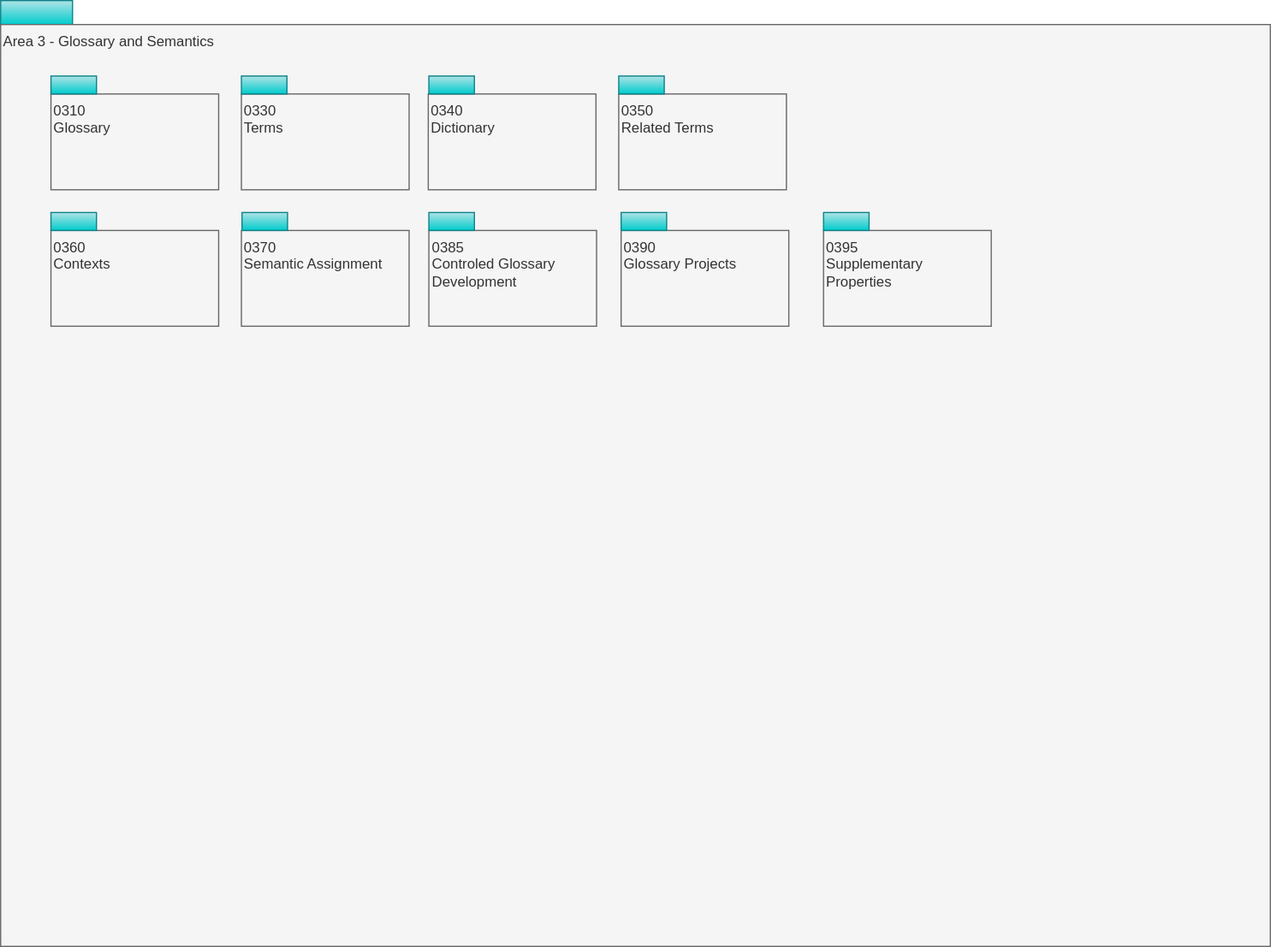
Earlier version of the draw.io export site/docs/types/3/area-3-glossary-overview.svg (odpi/egeria-docs). Source tidied: cells renumbered, new cells last; positions are measured from the earlier drawing's top-left corner, leaving out a move shared by most shapes. The source it was exported from:
```xml
<mxGraphModel>
  <root>
    <mxCell id="0" />
    <mxCell id="1" parent="0" />
    <mxCell id="2" style="rounded=0;whiteSpace=wrap;html=1;align=left;fillColor=#b0e3e6;strokeColor=#0e8088;gradientColor=#00CCCC;" parent="1" vertex="1">
      <mxGeometry width="60" height="20" as="geometry" />
    </mxCell>
    <mxCell id="3" value="Area 3 - Glossary and Semantics" style="rounded=0;whiteSpace=wrap;html=1;align=left;verticalAlign=top;fillColor=#f5f5f5;fontColor=#333333;strokeColor=#666666;" parent="1" vertex="1">
      <mxGeometry y="20" width="1060" height="770" as="geometry" />
    </mxCell>
    <mxCell id="4" value="0310&lt;br&gt;Glossary" style="rounded=0;whiteSpace=wrap;html=1;align=left;verticalAlign=top;fillColor=#f5f5f5;fontColor=#333333;strokeColor=#666666;" parent="1" vertex="1">
      <mxGeometry x="42" y="78" width="140" height="80" as="geometry" />
    </mxCell>
    <mxCell id="5" value="0330&lt;br&gt;Terms" style="rounded=0;whiteSpace=wrap;html=1;align=left;verticalAlign=top;fillColor=#f5f5f5;fontColor=#333333;strokeColor=#666666;" parent="1" vertex="1">
      <mxGeometry x="201" y="78" width="140" height="80" as="geometry" />
    </mxCell>
    <mxCell id="6" value="0360&lt;br&gt;Contexts" style="rounded=0;whiteSpace=wrap;html=1;align=left;verticalAlign=top;fillColor=#f5f5f5;fontColor=#333333;strokeColor=#666666;" parent="1" vertex="1">
      <mxGeometry x="42" y="192" width="140" height="80" as="geometry" />
    </mxCell>
    <mxCell id="7" value="0370&lt;br&gt;Semantic Assignment" style="rounded=0;whiteSpace=wrap;html=1;align=left;verticalAlign=top;fillColor=#f5f5f5;fontColor=#333333;strokeColor=#666666;" parent="1" vertex="1">
      <mxGeometry x="201" y="192" width="140" height="80" as="geometry" />
    </mxCell>
    <mxCell id="8" value="0385&lt;br&gt;Controled Glossary Development" style="rounded=0;whiteSpace=wrap;html=1;align=left;verticalAlign=top;fillColor=#f5f5f5;fontColor=#333333;strokeColor=#666666;" parent="1" vertex="1">
      <mxGeometry x="357.5" y="192" width="140" height="80" as="geometry" />
    </mxCell>
    <mxCell id="9" value="0340&lt;br&gt;Dictionary" style="rounded=0;whiteSpace=wrap;html=1;align=left;verticalAlign=top;fillColor=#f5f5f5;fontColor=#333333;strokeColor=#666666;" parent="1" vertex="1">
      <mxGeometry x="357" y="78" width="140" height="80" as="geometry" />
    </mxCell>
    <mxCell id="10" value="0350&lt;br&gt;Related Terms" style="rounded=0;whiteSpace=wrap;html=1;align=left;verticalAlign=top;fillColor=#f5f5f5;fontColor=#333333;strokeColor=#666666;" parent="1" vertex="1">
      <mxGeometry x="516" y="78" width="140" height="80" as="geometry" />
    </mxCell>
    <mxCell id="11" style="rounded=0;whiteSpace=wrap;html=1;align=left;fillColor=#b0e3e6;strokeColor=#0e8088;gradientColor=#00CCCC;" parent="1" vertex="1">
      <mxGeometry x="42" y="63" width="38" height="15" as="geometry" />
    </mxCell>
    <mxCell id="12" style="rounded=0;whiteSpace=wrap;html=1;align=left;fillColor=#b0e3e6;strokeColor=#0e8088;gradientColor=#00CCCC;" parent="1" vertex="1">
      <mxGeometry x="357.5" y="177" width="38" height="15" as="geometry" />
    </mxCell>
    <mxCell id="13" style="rounded=0;whiteSpace=wrap;html=1;align=left;fillColor=#b0e3e6;strokeColor=#0e8088;gradientColor=#00CCCC;" parent="1" vertex="1">
      <mxGeometry x="357.5" y="63" width="38" height="15" as="geometry" />
    </mxCell>
    <mxCell id="14" style="rounded=0;whiteSpace=wrap;html=1;align=left;fillColor=#b0e3e6;strokeColor=#0e8088;gradientColor=#00CCCC;" parent="1" vertex="1">
      <mxGeometry x="201.5" y="177" width="38" height="15" as="geometry" />
    </mxCell>
    <mxCell id="15" style="rounded=0;whiteSpace=wrap;html=1;align=left;fillColor=#b0e3e6;strokeColor=#0e8088;gradientColor=#00CCCC;" parent="1" vertex="1">
      <mxGeometry x="201" y="63" width="38" height="15" as="geometry" />
    </mxCell>
    <mxCell id="16" style="rounded=0;whiteSpace=wrap;html=1;align=left;fillColor=#b0e3e6;strokeColor=#0e8088;gradientColor=#00CCCC;" parent="1" vertex="1">
      <mxGeometry x="42" y="177" width="38" height="15" as="geometry" />
    </mxCell>
    <mxCell id="17" style="rounded=0;whiteSpace=wrap;html=1;align=left;fillColor=#b0e3e6;strokeColor=#0e8088;gradientColor=#00CCCC;" parent="1" vertex="1">
      <mxGeometry x="516" y="63" width="38" height="15" as="geometry" />
    </mxCell>
    <mxCell id="18" value="0390&lt;br&gt;Glossary Projects" style="rounded=0;whiteSpace=wrap;html=1;align=left;verticalAlign=top;fillColor=#f5f5f5;fontColor=#333333;strokeColor=#666666;" parent="1" vertex="1">
      <mxGeometry x="518" y="192" width="140" height="80" as="geometry" />
    </mxCell>
    <mxCell id="19" style="rounded=0;whiteSpace=wrap;html=1;align=left;fillColor=#b0e3e6;strokeColor=#0e8088;gradientColor=#00CCCC;" parent="1" vertex="1">
      <mxGeometry x="518" y="177" width="38" height="15" as="geometry" />
    </mxCell>
    <mxCell id="20" value="0395&lt;br&gt;Supplementary Properties" style="rounded=0;whiteSpace=wrap;html=1;align=left;verticalAlign=top;fillColor=#f5f5f5;fontColor=#333333;strokeColor=#666666;" parent="1" vertex="1">
      <mxGeometry x="687" y="192" width="140" height="80" as="geometry" />
    </mxCell>
    <mxCell id="21" style="rounded=0;whiteSpace=wrap;html=1;align=left;fillColor=#b0e3e6;strokeColor=#0e8088;gradientColor=#00CCCC;" parent="1" vertex="1">
      <mxGeometry x="687" y="177" width="38" height="15" as="geometry" />
    </mxCell>
  </root>
</mxGraphModel>
```
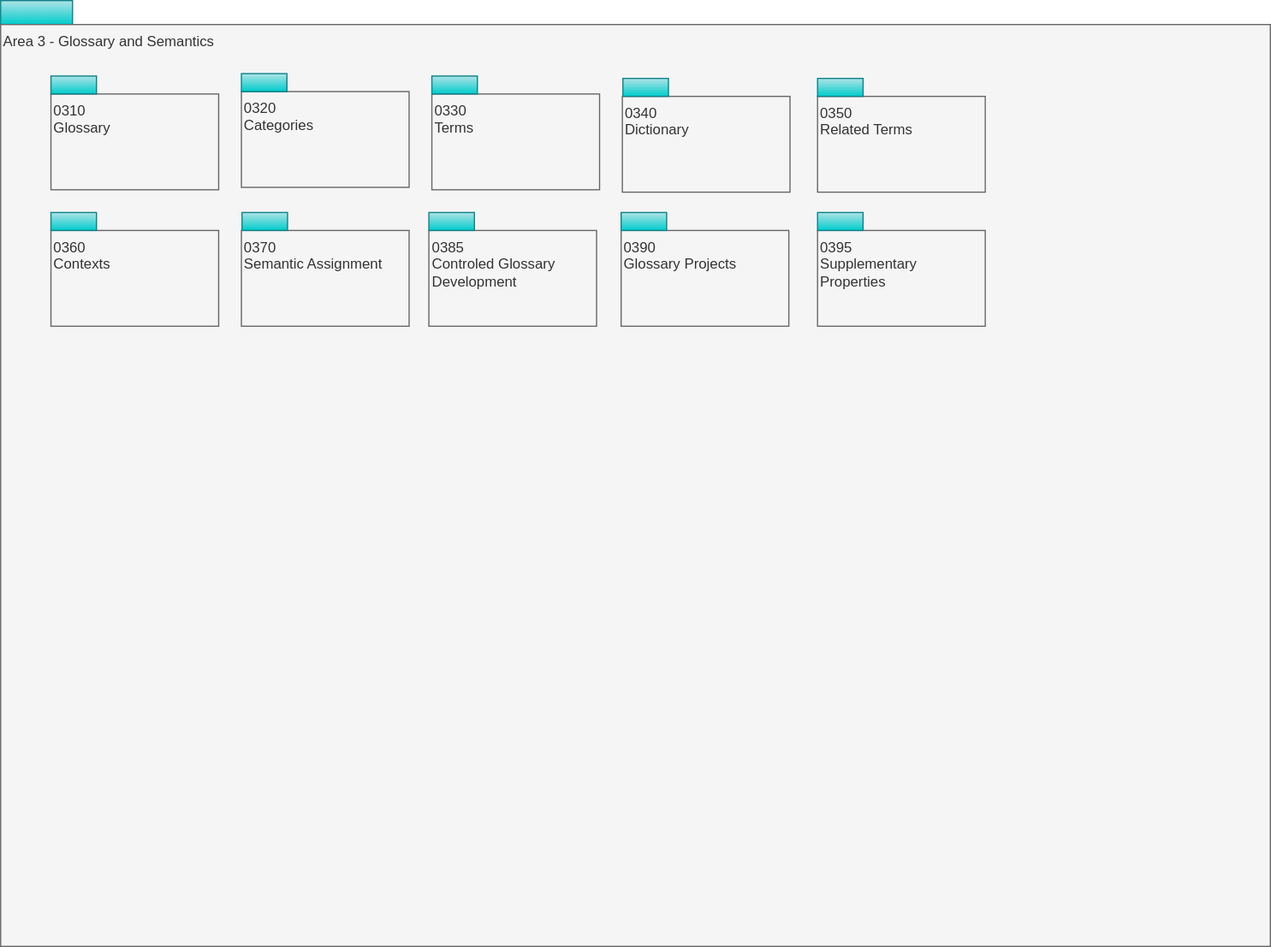
Later version of the same file.

Change to the diagram source:
```diff
@@ -12,7 +12,7 @@
       <mxGeometry x="42" y="78" width="140" height="80" as="geometry" />
     </mxCell>
     <mxCell id="5" value="0330&lt;br&gt;Terms" style="rounded=0;whiteSpace=wrap;html=1;align=left;verticalAlign=top;fillColor=#f5f5f5;fontColor=#333333;strokeColor=#666666;" parent="1" vertex="1">
-      <mxGeometry x="201" y="78" width="140" height="80" as="geometry" />
+      <mxGeometry x="360" y="78" width="140" height="80" as="geometry" />
     </mxCell>
     <mxCell id="6" value="0360&lt;br&gt;Contexts" style="rounded=0;whiteSpace=wrap;html=1;align=left;verticalAlign=top;fillColor=#f5f5f5;fontColor=#333333;strokeColor=#666666;" parent="1" vertex="1">
       <mxGeometry x="42" y="192" width="140" height="80" as="geometry" />
@@ -24,10 +24,10 @@
       <mxGeometry x="357.5" y="192" width="140" height="80" as="geometry" />
     </mxCell>
     <mxCell id="9" value="0340&lt;br&gt;Dictionary" style="rounded=0;whiteSpace=wrap;html=1;align=left;verticalAlign=top;fillColor=#f5f5f5;fontColor=#333333;strokeColor=#666666;" parent="1" vertex="1">
-      <mxGeometry x="357" y="78" width="140" height="80" as="geometry" />
+      <mxGeometry x="519" y="80" width="140" height="80" as="geometry" />
     </mxCell>
     <mxCell id="10" value="0350&lt;br&gt;Related Terms" style="rounded=0;whiteSpace=wrap;html=1;align=left;verticalAlign=top;fillColor=#f5f5f5;fontColor=#333333;strokeColor=#666666;" parent="1" vertex="1">
-      <mxGeometry x="516" y="78" width="140" height="80" as="geometry" />
+      <mxGeometry x="682" y="80" width="140" height="80" as="geometry" />
     </mxCell>
     <mxCell id="11" style="rounded=0;whiteSpace=wrap;html=1;align=left;fillColor=#b0e3e6;strokeColor=#0e8088;gradientColor=#00CCCC;" parent="1" vertex="1">
       <mxGeometry x="42" y="63" width="38" height="15" as="geometry" />
@@ -36,19 +36,19 @@
       <mxGeometry x="357.5" y="177" width="38" height="15" as="geometry" />
     </mxCell>
     <mxCell id="13" style="rounded=0;whiteSpace=wrap;html=1;align=left;fillColor=#b0e3e6;strokeColor=#0e8088;gradientColor=#00CCCC;" parent="1" vertex="1">
-      <mxGeometry x="357.5" y="63" width="38" height="15" as="geometry" />
+      <mxGeometry x="519.5" y="65" width="38" height="15" as="geometry" />
     </mxCell>
     <mxCell id="14" style="rounded=0;whiteSpace=wrap;html=1;align=left;fillColor=#b0e3e6;strokeColor=#0e8088;gradientColor=#00CCCC;" parent="1" vertex="1">
       <mxGeometry x="201.5" y="177" width="38" height="15" as="geometry" />
     </mxCell>
     <mxCell id="15" style="rounded=0;whiteSpace=wrap;html=1;align=left;fillColor=#b0e3e6;strokeColor=#0e8088;gradientColor=#00CCCC;" parent="1" vertex="1">
-      <mxGeometry x="201" y="63" width="38" height="15" as="geometry" />
+      <mxGeometry x="360" y="63" width="38" height="15" as="geometry" />
     </mxCell>
     <mxCell id="16" style="rounded=0;whiteSpace=wrap;html=1;align=left;fillColor=#b0e3e6;strokeColor=#0e8088;gradientColor=#00CCCC;" parent="1" vertex="1">
       <mxGeometry x="42" y="177" width="38" height="15" as="geometry" />
     </mxCell>
     <mxCell id="17" style="rounded=0;whiteSpace=wrap;html=1;align=left;fillColor=#b0e3e6;strokeColor=#0e8088;gradientColor=#00CCCC;" parent="1" vertex="1">
-      <mxGeometry x="516" y="63" width="38" height="15" as="geometry" />
+      <mxGeometry x="682" y="65" width="38" height="15" as="geometry" />
     </mxCell>
     <mxCell id="18" value="0390&lt;br&gt;Glossary Projects" style="rounded=0;whiteSpace=wrap;html=1;align=left;verticalAlign=top;fillColor=#f5f5f5;fontColor=#333333;strokeColor=#666666;" parent="1" vertex="1">
       <mxGeometry x="518" y="192" width="140" height="80" as="geometry" />
@@ -57,10 +57,16 @@
       <mxGeometry x="518" y="177" width="38" height="15" as="geometry" />
     </mxCell>
     <mxCell id="20" value="0395&lt;br&gt;Supplementary Properties" style="rounded=0;whiteSpace=wrap;html=1;align=left;verticalAlign=top;fillColor=#f5f5f5;fontColor=#333333;strokeColor=#666666;" parent="1" vertex="1">
-      <mxGeometry x="687" y="192" width="140" height="80" as="geometry" />
+      <mxGeometry x="682" y="192" width="140" height="80" as="geometry" />
     </mxCell>
     <mxCell id="21" style="rounded=0;whiteSpace=wrap;html=1;align=left;fillColor=#b0e3e6;strokeColor=#0e8088;gradientColor=#00CCCC;" parent="1" vertex="1">
-      <mxGeometry x="687" y="177" width="38" height="15" as="geometry" />
+      <mxGeometry x="682" y="177" width="38" height="15" as="geometry" />
     </mxCell>
+    <mxCell id="22" value="0320&lt;br&gt;Categories" style="rounded=0;whiteSpace=wrap;html=1;align=left;verticalAlign=top;fillColor=#f5f5f5;fontColor=#333333;strokeColor=#666666;" parent="1" vertex="1">
+      <mxGeometry x="201" y="76" width="140" height="80" as="geometry" />
+    </mxCell>
+    <mxCell id="23" style="rounded=0;whiteSpace=wrap;html=1;align=left;fillColor=#b0e3e6;strokeColor=#0e8088;gradientColor=#00CCCC;" parent="1" vertex="1">
+      <mxGeometry x="201" y="61" width="38" height="15" as="geometry" />
+    </mxCell>
   </root>
 </mxGraphModel>
```
